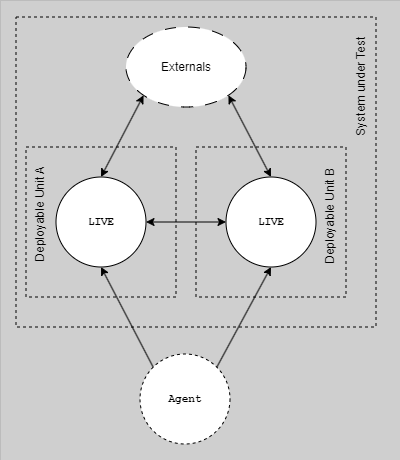
This is docs/assets/testing/env-l4.drawio.png from ready-to-release/eac, a draw.io export, as it was before one commit. Source tidied: cells renumbered, new cells last; positions are measured from the earlier drawing's top-left corner, leaving out a move shared by most shapes. The source it was exported from:
```xml
<mxGraphModel background="#CFCFCF">
  <root>
    <mxCell id="0" />
    <mxCell id="1" parent="0" />
    <mxCell id="2" style="group;strokeColor=#616161;dashed=1;dashPattern=12 12;strokeWidth=0;" parent="1" vertex="1">
      <mxGeometry x="26" width="400" height="460" as="geometry" />
    </mxCell>
    <mxCell id="3" value="LIVE" style="ellipse;whiteSpace=wrap;html=1;strokeColor=default;fontSize=11;fontStyle=1;fontFamily=Courier New;" parent="1" vertex="1">
      <mxGeometry x="81.5" y="176.5" width="90" height="90" as="geometry" />
    </mxCell>
    <mxCell id="4" value="LIVE" style="ellipse;whiteSpace=wrap;html=1;strokeColor=default;fontSize=11;fontStyle=1;fontFamily=Courier New;" parent="1" vertex="1">
      <mxGeometry x="251.5" y="176.5" width="90" height="90" as="geometry" />
    </mxCell>
    <mxCell id="5" style="endArrow=classic;startArrow=classic;html=1;rounded=0;exitX=1;exitY=0.5;exitDx=0;exitDy=0;entryX=0;entryY=0.5;entryDx=0;entryDy=0;" parent="1" edge="1" source="3" target="4">
      <mxGeometry relative="1" as="geometry" />
    </mxCell>
    <mxCell id="6" value="Externals" style="ellipse;whiteSpace=wrap;html=1;dashed=1;dashPattern=12 12;" parent="1" vertex="1">
      <mxGeometry x="151.5" y="26.5" width="120" height="80" as="geometry" />
    </mxCell>
    <mxCell id="7" style="endArrow=classic;html=1;rounded=0;entryX=1;entryY=1;entryDx=0;entryDy=0;exitX=0.5;exitY=0;exitDx=0;exitDy=0;startArrow=classic;startFill=1;" parent="1" edge="1" source="4" target="6">
      <mxGeometry relative="1" as="geometry" />
    </mxCell>
    <mxCell id="8" style="endArrow=classic;html=1;rounded=0;entryX=0;entryY=1;entryDx=0;entryDy=0;exitX=0.5;exitY=0;exitDx=0;exitDy=0;startArrow=classic;startFill=1;" parent="1" edge="1" source="3" target="6">
      <mxGeometry relative="1" as="geometry" />
    </mxCell>
    <mxCell id="9" style="group;strokeColor=#000000;dashed=1;strokeWidth=1;" parent="1" vertex="1">
      <mxGeometry x="51.5" y="146.5" width="150" height="150" as="geometry" />
    </mxCell>
    <mxCell id="10" style="group;strokeColor=#000000;dashed=1;strokeWidth=1;" parent="1" vertex="1">
      <mxGeometry x="221.5" y="146.5" width="150" height="150" as="geometry" />
    </mxCell>
    <mxCell id="11" value="Deployable Unit A" style="text;html=1;strokeColor=none;fillColor=none;align=center;verticalAlign=middle;whiteSpace=wrap;rounded=0;rotation=-90;" parent="1" vertex="1">
      <mxGeometry x="0.5" y="204.5" width="130" height="20" as="geometry" />
    </mxCell>
    <mxCell id="12" value="Deployable Unit B" style="text;html=1;strokeColor=none;fillColor=none;align=center;verticalAlign=middle;whiteSpace=wrap;rounded=0;rotation=-90;" parent="1" vertex="1">
      <mxGeometry x="290.5" y="206.5" width="130" height="20" as="geometry" />
    </mxCell>
    <mxCell id="13" style="group;strokeColor=#000000;dashed=1;strokeWidth=1;" parent="1" vertex="1">
      <mxGeometry x="41.5" y="16.5" width="360" height="310" as="geometry" />
    </mxCell>
    <mxCell id="14" value="System under Test" style="text;html=1;strokeColor=none;fillColor=none;align=center;verticalAlign=middle;whiteSpace=wrap;rounded=0;rotation=-90;" parent="1" vertex="1">
      <mxGeometry x="321.5" y="76.5" width="130" height="20" as="geometry" />
    </mxCell>
    <mxCell id="15" value="Agent" style="ellipse;whiteSpace=wrap;html=1;strokeColor=default;fontSize=11;fontStyle=1;fontFamily=Courier New;dashed=1;" parent="1" vertex="1">
      <mxGeometry x="165.5" y="353.5" width="90" height="90" as="geometry" />
    </mxCell>
    <mxCell id="16" style="endArrow=classic;html=1;rounded=0;entryX=0.5;entryY=1;entryDx=0;entryDy=0;exitX=0;exitY=0;exitDx=0;exitDy=0;" parent="1" edge="1" source="15" target="3">
      <mxGeometry relative="1" as="geometry" />
    </mxCell>
    <mxCell id="17" style="endArrow=classic;html=1;rounded=0;entryX=0.5;entryY=1;entryDx=0;entryDy=0;exitX=1;exitY=0;exitDx=0;exitDy=0;" parent="1" edge="1" source="15" target="4">
      <mxGeometry relative="1" as="geometry" />
    </mxCell>
  </root>
</mxGraphModel>
```
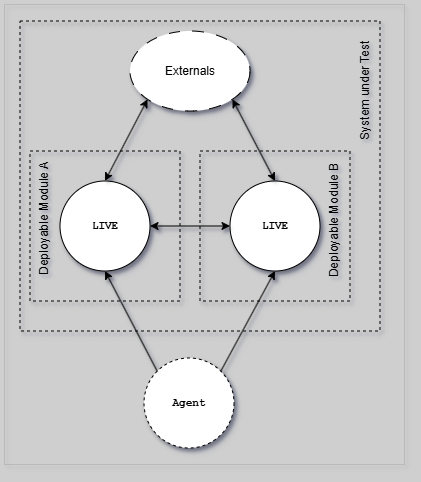
After the commit.

Change to the diagram source:
```diff
@@ -1,53 +1,53 @@
-<mxGraphModel background="#CFCFCF">
+<mxGraphModel background="#CFCFCF" shadow="1">
   <root>
     <mxCell id="0" />
     <mxCell id="1" parent="0" />
-    <mxCell id="2" style="group;strokeColor=#616161;dashed=1;dashPattern=12 12;strokeWidth=0;" parent="1" vertex="1">
+    <mxCell id="2" style="group;strokeColor=#616161;dashed=1;dashPattern=12 12;strokeWidth=0;shadow=1;" parent="1" vertex="1">
       <mxGeometry x="26" width="400" height="460" as="geometry" />
     </mxCell>
-    <mxCell id="3" value="LIVE" style="ellipse;whiteSpace=wrap;html=1;strokeColor=default;fontSize=11;fontStyle=1;fontFamily=Courier New;" parent="1" vertex="1">
+    <mxCell id="3" value="LIVE" style="ellipse;whiteSpace=wrap;html=1;strokeColor=default;fontSize=11;fontStyle=1;fontFamily=Courier New;shadow=1;" parent="1" vertex="1">
       <mxGeometry x="81.5" y="176.5" width="90" height="90" as="geometry" />
     </mxCell>
-    <mxCell id="4" value="LIVE" style="ellipse;whiteSpace=wrap;html=1;strokeColor=default;fontSize=11;fontStyle=1;fontFamily=Courier New;" parent="1" vertex="1">
+    <mxCell id="4" value="LIVE" style="ellipse;whiteSpace=wrap;html=1;strokeColor=default;fontSize=11;fontStyle=1;fontFamily=Courier New;shadow=1;" parent="1" vertex="1">
       <mxGeometry x="251.5" y="176.5" width="90" height="90" as="geometry" />
     </mxCell>
-    <mxCell id="5" style="endArrow=classic;startArrow=classic;html=1;rounded=0;exitX=1;exitY=0.5;exitDx=0;exitDy=0;entryX=0;entryY=0.5;entryDx=0;entryDy=0;" parent="1" edge="1" source="3" target="4">
+    <mxCell id="5" style="endArrow=classic;startArrow=classic;html=1;rounded=0;exitX=1;exitY=0.5;exitDx=0;exitDy=0;entryX=0;entryY=0.5;entryDx=0;entryDy=0;shadow=1;" parent="1" edge="1" source="3" target="4">
       <mxGeometry relative="1" as="geometry" />
     </mxCell>
-    <mxCell id="6" value="Externals" style="ellipse;whiteSpace=wrap;html=1;dashed=1;dashPattern=12 12;" parent="1" vertex="1">
+    <mxCell id="6" value="Externals" style="ellipse;whiteSpace=wrap;html=1;dashed=1;dashPattern=12 12;shadow=1;" parent="1" vertex="1">
       <mxGeometry x="151.5" y="26.5" width="120" height="80" as="geometry" />
     </mxCell>
-    <mxCell id="7" style="endArrow=classic;html=1;rounded=0;entryX=1;entryY=1;entryDx=0;entryDy=0;exitX=0.5;exitY=0;exitDx=0;exitDy=0;startArrow=classic;startFill=1;" parent="1" edge="1" source="4" target="6">
+    <mxCell id="7" style="endArrow=classic;html=1;rounded=0;entryX=1;entryY=1;entryDx=0;entryDy=0;exitX=0.5;exitY=0;exitDx=0;exitDy=0;startArrow=classic;startFill=1;shadow=1;" parent="1" edge="1" source="4" target="6">
       <mxGeometry relative="1" as="geometry" />
     </mxCell>
-    <mxCell id="8" style="endArrow=classic;html=1;rounded=0;entryX=0;entryY=1;entryDx=0;entryDy=0;exitX=0.5;exitY=0;exitDx=0;exitDy=0;startArrow=classic;startFill=1;" parent="1" edge="1" source="3" target="6">
+    <mxCell id="8" style="endArrow=classic;html=1;rounded=0;entryX=0;entryY=1;entryDx=0;entryDy=0;exitX=0.5;exitY=0;exitDx=0;exitDy=0;startArrow=classic;startFill=1;shadow=1;" parent="1" edge="1" source="3" target="6">
       <mxGeometry relative="1" as="geometry" />
     </mxCell>
-    <mxCell id="9" style="group;strokeColor=#000000;dashed=1;strokeWidth=1;" parent="1" vertex="1">
+    <mxCell id="9" style="group;strokeColor=#000000;dashed=1;strokeWidth=1;shadow=1;" parent="1" vertex="1">
       <mxGeometry x="51.5" y="146.5" width="150" height="150" as="geometry" />
     </mxCell>
-    <mxCell id="10" style="group;strokeColor=#000000;dashed=1;strokeWidth=1;" parent="1" vertex="1">
+    <mxCell id="10" style="group;strokeColor=#000000;dashed=1;strokeWidth=1;shadow=1;" parent="1" vertex="1">
       <mxGeometry x="221.5" y="146.5" width="150" height="150" as="geometry" />
     </mxCell>
-    <mxCell id="11" value="Deployable Unit A" style="text;html=1;strokeColor=none;fillColor=none;align=center;verticalAlign=middle;whiteSpace=wrap;rounded=0;rotation=-90;" parent="1" vertex="1">
+    <mxCell id="11" value="Deployable Module A" style="text;html=1;strokeColor=none;fillColor=none;align=center;verticalAlign=middle;whiteSpace=wrap;rounded=0;rotation=-90;shadow=1;" parent="1" vertex="1">
       <mxGeometry x="0.5" y="204.5" width="130" height="20" as="geometry" />
     </mxCell>
-    <mxCell id="12" value="Deployable Unit B" style="text;html=1;strokeColor=none;fillColor=none;align=center;verticalAlign=middle;whiteSpace=wrap;rounded=0;rotation=-90;" parent="1" vertex="1">
+    <mxCell id="12" value="Deployable Module&amp;nbsp;B" style="text;html=1;strokeColor=none;fillColor=none;align=center;verticalAlign=middle;whiteSpace=wrap;rounded=0;rotation=-90;shadow=1;" parent="1" vertex="1">
       <mxGeometry x="290.5" y="206.5" width="130" height="20" as="geometry" />
     </mxCell>
-    <mxCell id="13" style="group;strokeColor=#000000;dashed=1;strokeWidth=1;" parent="1" vertex="1">
+    <mxCell id="13" style="group;strokeColor=#000000;dashed=1;strokeWidth=1;shadow=1;" parent="1" vertex="1">
       <mxGeometry x="41.5" y="16.5" width="360" height="310" as="geometry" />
     </mxCell>
-    <mxCell id="14" value="System under Test" style="text;html=1;strokeColor=none;fillColor=none;align=center;verticalAlign=middle;whiteSpace=wrap;rounded=0;rotation=-90;" parent="1" vertex="1">
+    <mxCell id="14" value="System under Test" style="text;html=1;strokeColor=none;fillColor=none;align=center;verticalAlign=middle;whiteSpace=wrap;rounded=0;rotation=-90;shadow=1;" parent="1" vertex="1">
       <mxGeometry x="321.5" y="76.5" width="130" height="20" as="geometry" />
     </mxCell>
-    <mxCell id="15" value="Agent" style="ellipse;whiteSpace=wrap;html=1;strokeColor=default;fontSize=11;fontStyle=1;fontFamily=Courier New;dashed=1;" parent="1" vertex="1">
+    <mxCell id="15" value="Agent" style="ellipse;whiteSpace=wrap;html=1;strokeColor=default;fontSize=11;fontStyle=1;fontFamily=Courier New;dashed=1;shadow=1;" parent="1" vertex="1">
       <mxGeometry x="165.5" y="353.5" width="90" height="90" as="geometry" />
     </mxCell>
-    <mxCell id="16" style="endArrow=classic;html=1;rounded=0;entryX=0.5;entryY=1;entryDx=0;entryDy=0;exitX=0;exitY=0;exitDx=0;exitDy=0;" parent="1" edge="1" source="15" target="3">
+    <mxCell id="16" style="endArrow=classic;html=1;rounded=0;entryX=0.5;entryY=1;entryDx=0;entryDy=0;exitX=0;exitY=0;exitDx=0;exitDy=0;shadow=1;" parent="1" edge="1" source="15" target="3">
       <mxGeometry relative="1" as="geometry" />
     </mxCell>
-    <mxCell id="17" style="endArrow=classic;html=1;rounded=0;entryX=0.5;entryY=1;entryDx=0;entryDy=0;exitX=1;exitY=0;exitDx=0;exitDy=0;" parent="1" edge="1" source="15" target="4">
+    <mxCell id="17" style="endArrow=classic;html=1;rounded=0;entryX=0.5;entryY=1;entryDx=0;entryDy=0;exitX=1;exitY=0;exitDx=0;exitDy=0;shadow=1;" parent="1" edge="1" source="15" target="4">
       <mxGeometry relative="1" as="geometry" />
     </mxCell>
   </root>
```
